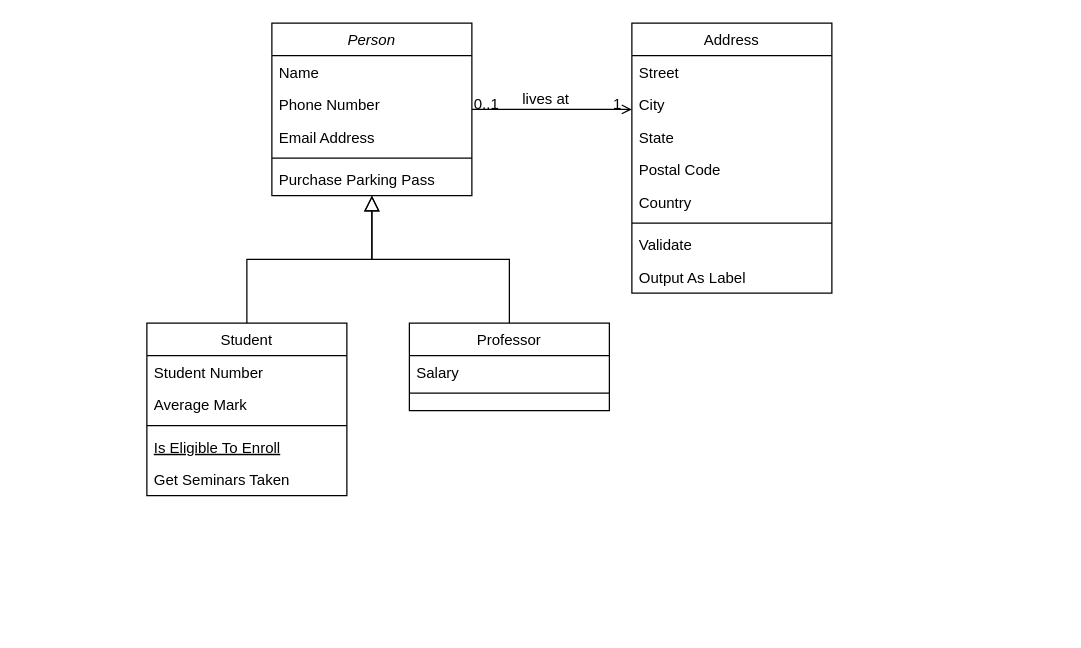
empire-ai/EmpireNode keeps this draw.io diagram as Untitled Diagram.drawio. Above is the earlier version. Source tidied: cells renumbered, new cells numbered last; positions are measured from the earlier drawing's top-left corner, leaving out a move shared by most shapes. Both pictures are drawn from the tidied source at 125%, with x=0, y=0 at pixel (146, 22).
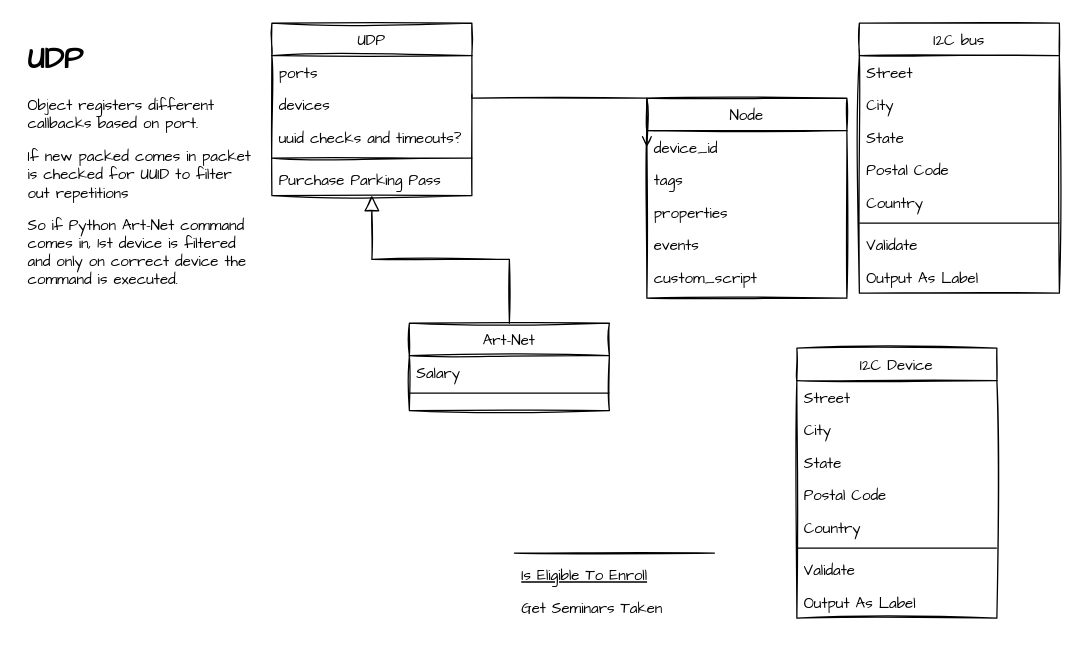
The same page after the edit.

The edit, as a diff of the source:
```diff
@@
-    <mxCell id="2" value="Person" style="swimlane;fontStyle=2;align=center;verticalAlign=top;horizontal=1;startSize=26;rounded=0;shadow=0;strokeWidth=1;" parent="1" vertex="1">
+    <mxCell id="2" value="UDP" style="swimlane;fontStyle=0;align=center;verticalAlign=top;horizontal=1;startSize=26;rounded=0;shadow=0;strokeWidth=1;fontFamily=Architects Daughter;sketch=1;" parent="1" vertex="1">
       <mxGeometry x="100" width="160" height="138" as="geometry" />
     </mxCell>
-    <mxCell id="3" value="Name" style="text;align=left;verticalAlign=top;spacingLeft=4;spacingRight=4;overflow=hidden;" parent="2" vertex="1">
+    <mxCell id="3" value="ports" style="text;align=left;verticalAlign=top;spacingLeft=4;spacingRight=4;overflow=hidden;fontFamily=Architects Daughter;" parent="2" vertex="1">
       <mxGeometry y="26" width="160" height="26" as="geometry" />
     </mxCell>
-    <mxCell id="4" value="Phone Number" style="text;align=left;verticalAlign=top;spacingLeft=4;spacingRight=4;overflow=hidden;points=[[0,0.5],[1,0.5]];portConstraint=eastwest;rounded=0;shadow=0;html=0;" parent="2" vertex="1">
+    <mxCell id="4" value="devices" style="text;align=left;verticalAlign=top;spacingLeft=4;spacingRight=4;overflow=hidden;points=[[0,0.5],[1,0.5]];portConstraint=eastwest;rounded=0;shadow=0;html=0;fontFamily=Architects Daughter;" parent="2" vertex="1">
       <mxGeometry y="52" width="160" height="26" as="geometry" />
     </mxCell>
-    <mxCell id="5" value="Email Address" style="text;align=left;verticalAlign=top;spacingLeft=4;spacingRight=4;overflow=hidden;rounded=0;shadow=0;html=0;" parent="2" vertex="1">
+    <mxCell id="5" value="uuid checks and timeouts?" style="text;align=left;verticalAlign=top;spacingLeft=4;spacingRight=4;overflow=hidden;rounded=0;shadow=0;html=0;fontFamily=Architects Daughter;" parent="2" vertex="1">
       <mxGeometry y="78" width="160" height="26" as="geometry" />
     </mxCell>
-    <mxCell id="6" style="line;html=1;strokeWidth=1;align=left;verticalAlign=middle;spacingTop=-1;spacingLeft=3;spacingRight=3;labelPosition=right;" parent="2" vertex="1">
+    <mxCell id="6" style="line;html=1;strokeWidth=1;align=left;verticalAlign=middle;spacingTop=-1;spacingLeft=3;spacingRight=3;labelPosition=right;sketch=1;" parent="2" vertex="1">
       <mxGeometry y="104" width="160" height="8" as="geometry" />
     </mxCell>
-    <mxCell id="7" value="Purchase Parking Pass" style="text;align=left;verticalAlign=top;spacingLeft=4;spacingRight=4;overflow=hidden;" parent="2" vertex="1">
+    <mxCell id="7" value="Purchase Parking Pass" style="text;align=left;verticalAlign=top;spacingLeft=4;spacingRight=4;overflow=hidden;fontFamily=Architects Daughter;" parent="2" vertex="1">
       <mxGeometry y="112" width="160" height="26" as="geometry" />
     </mxCell>
-    <mxCell id="8" value="Student" style="swimlane;fontStyle=0;align=center;verticalAlign=top;horizontal=1;startSize=26;rounded=0;shadow=0;strokeWidth=1;" parent="1" vertex="1">
-      <mxGeometry y="240" width="160" height="138" as="geometry" />
+    <mxCell id="8" value="Node" style="swimlane;fontStyle=0;align=center;verticalAlign=top;horizontal=1;startSize=26;rounded=0;shadow=0;strokeWidth=1;glass=0;sketch=1;fontFamily=Architects Daughter;" parent="1" vertex="1">
+      <mxGeometry x="400" y="60" width="160" height="160" as="geometry" />
     </mxCell>
-    <mxCell id="9" value="Student Number" style="text;align=left;verticalAlign=top;spacingLeft=4;spacingRight=4;overflow=hidden;points=[[0,0.5],[1,0.5]];portConstraint=eastwest;" parent="8" vertex="1">
+    <mxCell id="9" value="device_id" style="text;align=left;verticalAlign=top;spacingLeft=4;spacingRight=4;overflow=hidden;points=[[0,0.5],[1,0.5]];portConstraint=eastwest;fontFamily=Architects Daughter;" parent="8" vertex="1">
       <mxGeometry y="26" width="160" height="26" as="geometry" />
     </mxCell>
-    <mxCell id="10" value="Average Mark" style="text;align=left;verticalAlign=top;spacingLeft=4;spacingRight=4;overflow=hidden;rounded=0;shadow=0;html=0;" parent="8" vertex="1">
+    <mxCell id="10" value="tags" style="text;align=left;verticalAlign=top;spacingLeft=4;spacingRight=4;overflow=hidden;rounded=0;shadow=0;html=0;fontFamily=Architects Daughter;" parent="8" vertex="1">
       <mxGeometry y="52" width="160" height="26" as="geometry" />
     </mxCell>
-    <mxCell id="11" style="line;html=1;strokeWidth=1;align=left;verticalAlign=middle;spacingTop=-1;spacingLeft=3;spacingRight=3;labelPosition=right;" parent="8" vertex="1">
-      <mxGeometry y="78" width="160" height="8" as="geometry" />
-    </mxCell>
-    <mxCell id="12" value="Is Eligible To Enroll" style="text;align=left;verticalAlign=top;spacingLeft=4;spacingRight=4;overflow=hidden;fontStyle=4;" parent="8" vertex="1">
-      <mxGeometry y="86" width="160" height="26" as="geometry" />
-    </mxCell>
-    <mxCell id="13" value="Get Seminars Taken" style="text;align=left;verticalAlign=top;spacingLeft=4;spacingRight=4;overflow=hidden;" parent="8" vertex="1">
-      <mxGeometry y="112" width="160" height="26" as="geometry" />
-    </mxCell>
-    <mxCell id="14" style="endArrow=block;endSize=10;endFill=0;shadow=0;strokeWidth=1;rounded=0;edgeStyle=elbowEdgeStyle;elbow=vertical;" parent="1" edge="1" source="8" target="2">
-      <mxGeometry relative="1" as="geometry" />
-    </mxCell>
+    <mxCell id="32" value="properties" style="text;align=left;verticalAlign=top;spacingLeft=4;spacingRight=4;overflow=hidden;rounded=0;shadow=0;html=0;fontFamily=Architects Daughter;" parent="8" vertex="1">
+      <mxGeometry y="78" width="160" height="26" as="geometry" />
+    </mxCell>
+    <mxCell id="33" value="events" style="text;align=left;verticalAlign=top;spacingLeft=4;spacingRight=4;overflow=hidden;fontFamily=Architects Daughter;" parent="8" vertex="1">
+      <mxGeometry y="104" width="160" height="26" as="geometry" />
+    </mxCell>
+    <mxCell id="34" value="custom_script" style="text;align=left;verticalAlign=top;spacingLeft=4;spacingRight=4;overflow=hidden;fontFamily=Architects Daughter;" parent="8" vertex="1">
+      <mxGeometry y="130" width="160" height="26" as="geometry" />
+    </mxCell>
-    <mxCell id="15" value="Professor" style="swimlane;fontStyle=0;align=center;verticalAlign=top;horizontal=1;startSize=26;rounded=0;shadow=0;strokeWidth=1;" parent="1" vertex="1">
+    <mxCell id="15" value="Art-Net" style="swimlane;fontStyle=0;align=center;verticalAlign=top;horizontal=1;startSize=26;rounded=0;shadow=0;strokeWidth=1;sketch=1;fontFamily=Architects Daughter;" parent="1" vertex="1">
       <mxGeometry x="210" y="240" width="160" height="70" as="geometry" />
     </mxCell>
-    <mxCell id="16" value="Salary" style="text;align=left;verticalAlign=top;spacingLeft=4;spacingRight=4;overflow=hidden;" parent="15" vertex="1">
+    <mxCell id="16" value="Salary" style="text;align=left;verticalAlign=top;spacingLeft=4;spacingRight=4;overflow=hidden;fontFamily=Architects Daughter;" parent="15" vertex="1">
       <mxGeometry y="26" width="160" height="26" as="geometry" />
     </mxCell>
@@
-    <mxCell id="18" style="endArrow=block;endSize=10;endFill=0;shadow=0;strokeWidth=1;rounded=0;edgeStyle=elbowEdgeStyle;elbow=vertical;" parent="1" edge="1" source="15" target="2">
+    <mxCell id="18" style="endArrow=block;endSize=10;endFill=0;shadow=0;strokeWidth=1;rounded=0;edgeStyle=elbowEdgeStyle;elbow=vertical;sketch=1;" parent="1" edge="1" source="15" target="2">
       <mxGeometry relative="1" as="geometry" />
     </mxCell>
-    <mxCell id="19" value="Address" style="swimlane;fontStyle=0;align=center;verticalAlign=top;horizontal=1;startSize=26;rounded=0;shadow=0;strokeWidth=1;" parent="1" vertex="1">
-      <mxGeometry x="388" width="160" height="216" as="geometry" />
+    <mxCell id="19" value="I2C Device" style="swimlane;fontStyle=0;align=center;verticalAlign=top;horizontal=1;startSize=26;rounded=0;shadow=0;strokeWidth=1;sketch=1;fontFamily=Architects Daughter;" parent="1" vertex="1">
+      <mxGeometry x="520" y="260" width="160" height="216" as="geometry" />
     </mxCell>
-    <mxCell id="20" value="Street" style="text;align=left;verticalAlign=top;spacingLeft=4;spacingRight=4;overflow=hidden;" parent="19" vertex="1">
+    <mxCell id="20" value="Street" style="text;align=left;verticalAlign=top;spacingLeft=4;spacingRight=4;overflow=hidden;fontFamily=Architects Daughter;" parent="19" vertex="1">
       <mxGeometry y="26" width="160" height="26" as="geometry" />
     </mxCell>
-    <mxCell id="21" value="City" style="text;align=left;verticalAlign=top;spacingLeft=4;spacingRight=4;overflow=hidden;rounded=0;shadow=0;html=0;" parent="19" vertex="1">
+    <mxCell id="21" value="City" style="text;align=left;verticalAlign=top;spacingLeft=4;spacingRight=4;overflow=hidden;rounded=0;shadow=0;html=0;fontFamily=Architects Daughter;" parent="19" vertex="1">
       <mxGeometry y="52" width="160" height="26" as="geometry" />
     </mxCell>
-    <mxCell id="22" value="State" style="text;align=left;verticalAlign=top;spacingLeft=4;spacingRight=4;overflow=hidden;rounded=0;shadow=0;html=0;" parent="19" vertex="1">
+    <mxCell id="22" value="State" style="text;align=left;verticalAlign=top;spacingLeft=4;spacingRight=4;overflow=hidden;rounded=0;shadow=0;html=0;fontFamily=Architects Daughter;" parent="19" vertex="1">
       <mxGeometry y="78" width="160" height="26" as="geometry" />
     </mxCell>
-    <mxCell id="23" value="Postal Code" style="text;align=left;verticalAlign=top;spacingLeft=4;spacingRight=4;overflow=hidden;rounded=0;shadow=0;html=0;" parent="19" vertex="1">
+    <mxCell id="23" value="Postal Code" style="text;align=left;verticalAlign=top;spacingLeft=4;spacingRight=4;overflow=hidden;rounded=0;shadow=0;html=0;fontFamily=Architects Daughter;" parent="19" vertex="1">
       <mxGeometry y="104" width="160" height="26" as="geometry" />
     </mxCell>
-    <mxCell id="24" value="Country" style="text;align=left;verticalAlign=top;spacingLeft=4;spacingRight=4;overflow=hidden;rounded=0;shadow=0;html=0;" parent="19" vertex="1">
+    <mxCell id="24" value="Country" style="text;align=left;verticalAlign=top;spacingLeft=4;spacingRight=4;overflow=hidden;rounded=0;shadow=0;html=0;fontFamily=Architects Daughter;" parent="19" vertex="1">
       <mxGeometry y="130" width="160" height="26" as="geometry" />
     </mxCell>
@@
-    <mxCell id="26" value="Validate" style="text;align=left;verticalAlign=top;spacingLeft=4;spacingRight=4;overflow=hidden;" parent="19" vertex="1">
+    <mxCell id="26" value="Validate" style="text;align=left;verticalAlign=top;spacingLeft=4;spacingRight=4;overflow=hidden;fontFamily=Architects Daughter;" parent="19" vertex="1">
       <mxGeometry y="164" width="160" height="26" as="geometry" />
     </mxCell>
-    <mxCell id="27" value="Output As Label" style="text;align=left;verticalAlign=top;spacingLeft=4;spacingRight=4;overflow=hidden;" parent="19" vertex="1">
+    <mxCell id="27" value="Output As Label" style="text;align=left;verticalAlign=top;spacingLeft=4;spacingRight=4;overflow=hidden;sketch=1;fontFamily=Architects Daughter;" parent="19" vertex="1">
       <mxGeometry y="190" width="160" height="26" as="geometry" />
     </mxCell>
-    <mxCell id="28" style="endArrow=open;shadow=0;strokeWidth=1;rounded=0;endFill=1;edgeStyle=elbowEdgeStyle;elbow=vertical;" parent="1" edge="1" source="2" target="19">
+    <mxCell id="28" style="endArrow=open;shadow=0;strokeWidth=1;rounded=0;endFill=1;edgeStyle=elbowEdgeStyle;elbow=vertical;sketch=1;entryX=0;entryY=0.5;entryDx=0;entryDy=0;exitX=1;exitY=0.192;exitDx=0;exitDy=0;exitPerimeter=0;" parent="1" edge="1" source="4" target="9">
       <mxGeometry x="0.5" y="41" relative="1" as="geometry">
+        <Array as="points">
+          <mxPoint x="360" y="60" />
+          <mxPoint x="300" y="60" />
+          <mxPoint x="340" y="90" />
+          <mxPoint x="360" y="180" />
+          <mxPoint x="330" y="190" />
+          <mxPoint x="330" y="160" />
+          <mxPoint x="330" y="150" />
+          <mxPoint x="360" y="80" />
+          <mxPoint x="310" y="70" />
+        </Array>
         <mxPoint x="-40" y="32" as="offset" />
       </mxGeometry>
     </mxCell>
-    <mxCell id="29" value="0..1" style="align=left;verticalAlign=bottom;labelBackgroundColor=none;fontSize=12;" parent="28" vertex="1">
-      <mxGeometry x="-1" relative="1" as="geometry">
-        <mxPoint y="4" as="offset" />
-      </mxGeometry>
-    </mxCell>
-    <mxCell id="30" value="1" style="align=right;verticalAlign=bottom;labelBackgroundColor=none;fontSize=12;" parent="28" vertex="1">
-      <mxGeometry x="1" relative="1" as="geometry">
-        <mxPoint x="-7" y="4" as="offset" />
-      </mxGeometry>
-    </mxCell>
-    <mxCell id="31" value="lives at" style="text;html=1;align=center;verticalAlign=middle;labelBackgroundColor=none;rounded=0;shadow=0;strokeWidth=1;fontSize=12;" parent="28" vertex="1">
-      <mxGeometry x="0.5" y="49" relative="1" as="geometry">
-        <mxPoint x="-38" y="40" as="offset" />
-      </mxGeometry>
-    </mxCell>
+    <mxCell id="11" style="line;html=1;strokeWidth=1;align=left;verticalAlign=middle;spacingTop=-1;spacingLeft=3;spacingRight=3;labelPosition=right;sketch=1;" parent="1" vertex="1">
+      <mxGeometry x="294" y="420" width="160" height="8" as="geometry" />
+    </mxCell>
+    <mxCell id="12" value="Is Eligible To Enroll" style="text;align=left;verticalAlign=top;spacingLeft=4;spacingRight=4;overflow=hidden;fontStyle=4;fontFamily=Architects Daughter;" parent="1" vertex="1">
+      <mxGeometry x="294" y="428" width="160" height="26" as="geometry" />
+    </mxCell>
+    <mxCell id="13" value="Get Seminars Taken" style="text;align=left;verticalAlign=top;spacingLeft=4;spacingRight=4;overflow=hidden;fontFamily=Architects Daughter;" parent="1" vertex="1">
+      <mxGeometry x="294" y="454" width="160" height="26" as="geometry" />
+    </mxCell>
+    <mxCell id="35" value="I2C bus" style="swimlane;fontStyle=0;align=center;verticalAlign=top;horizontal=1;startSize=26;rounded=0;shadow=0;strokeWidth=1;sketch=1;fontFamily=Architects Daughter;" parent="1" vertex="1">
+      <mxGeometry x="570" width="160" height="216" as="geometry" />
+    </mxCell>
+    <mxCell id="36" value="Street" style="text;align=left;verticalAlign=top;spacingLeft=4;spacingRight=4;overflow=hidden;fontFamily=Architects Daughter;" parent="35" vertex="1">
+      <mxGeometry y="26" width="160" height="26" as="geometry" />
+    </mxCell>
+    <mxCell id="37" value="City" style="text;align=left;verticalAlign=top;spacingLeft=4;spacingRight=4;overflow=hidden;rounded=0;shadow=0;html=0;fontFamily=Architects Daughter;" parent="35" vertex="1">
+      <mxGeometry y="52" width="160" height="26" as="geometry" />
+    </mxCell>
+    <mxCell id="38" value="State" style="text;align=left;verticalAlign=top;spacingLeft=4;spacingRight=4;overflow=hidden;rounded=0;shadow=0;html=0;fontFamily=Architects Daughter;" parent="35" vertex="1">
+      <mxGeometry y="78" width="160" height="26" as="geometry" />
+    </mxCell>
+    <mxCell id="39" value="Postal Code" style="text;align=left;verticalAlign=top;spacingLeft=4;spacingRight=4;overflow=hidden;rounded=0;shadow=0;html=0;fontFamily=Architects Daughter;" parent="35" vertex="1">
+      <mxGeometry y="104" width="160" height="26" as="geometry" />
+    </mxCell>
+    <mxCell id="40" value="Country" style="text;align=left;verticalAlign=top;spacingLeft=4;spacingRight=4;overflow=hidden;rounded=0;shadow=0;html=0;fontFamily=Architects Daughter;" parent="35" vertex="1">
+      <mxGeometry y="130" width="160" height="26" as="geometry" />
+    </mxCell>
+    <mxCell id="41" style="line;html=1;strokeWidth=1;align=left;verticalAlign=middle;spacingTop=-1;spacingLeft=3;spacingRight=3;labelPosition=right;" parent="35" vertex="1">
+      <mxGeometry y="156" width="160" height="8" as="geometry" />
+    </mxCell>
+    <mxCell id="42" value="Validate" style="text;align=left;verticalAlign=top;spacingLeft=4;spacingRight=4;overflow=hidden;fontFamily=Architects Daughter;" parent="35" vertex="1">
+      <mxGeometry y="164" width="160" height="26" as="geometry" />
+    </mxCell>
+    <mxCell id="43" value="Output As Label" style="text;align=left;verticalAlign=top;spacingLeft=4;spacingRight=4;overflow=hidden;sketch=1;fontFamily=Architects Daughter;" parent="35" vertex="1">
+      <mxGeometry y="190" width="160" height="26" as="geometry" />
+    </mxCell>
+    <mxCell id="44" value="&lt;h1&gt;UDP&lt;/h1&gt;&lt;p&gt;Object registers different callbacks based on port.&lt;/p&gt;&lt;p&gt;If new packed comes in packet is checked for UUID to filter out repetitions&lt;/p&gt;&lt;p&gt;So if Python Art-Net command comes in, 1st device is filtered and only on correct device the command is executed.&lt;/p&gt;" style="text;html=1;strokeColor=none;fillColor=none;spacing=5;spacingTop=-20;whiteSpace=wrap;overflow=hidden;rounded=0;glass=0;sketch=1;fontFamily=Architects Daughter;" parent="1" vertex="1">
+      <mxGeometry x="-100" y="9" width="190" height="211" as="geometry" />
+    </mxCell>
```
